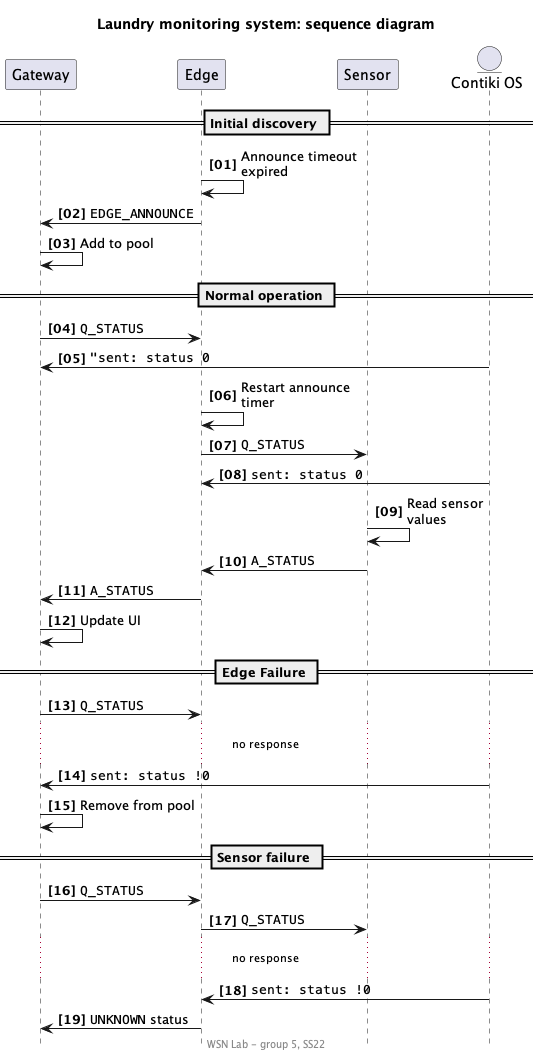
This is project/uml/out/sequence/seq.png from ivandkhn/laundry-monitoring, a PlantUML export, as it was before one commit.
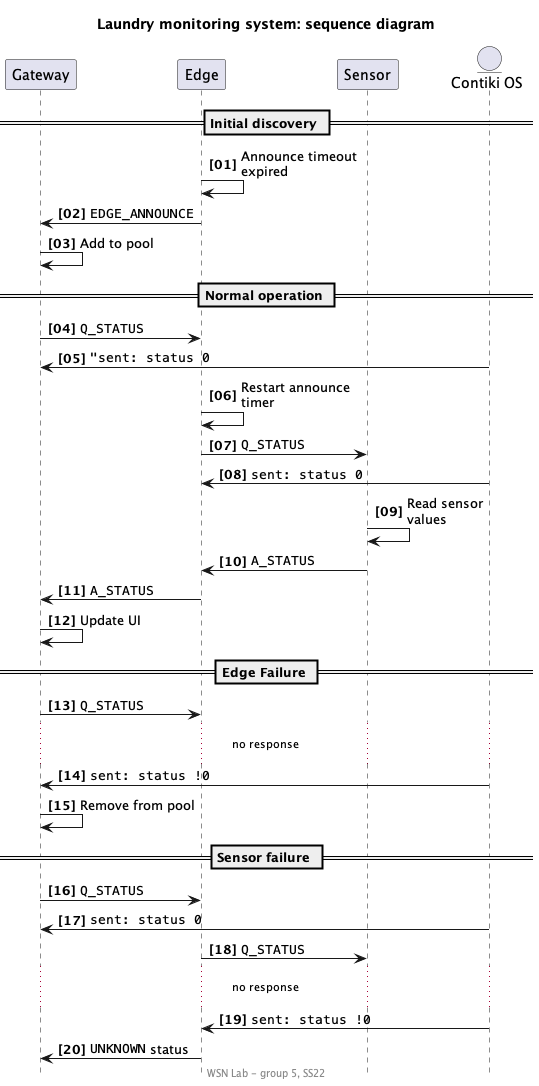
Above is the later version.

Commit message:
Add step for issuing ack to gateway

What changed in the source:
```diff
@@ -37,6 +37,7 @@
 
 == Sensor failure ==
 g -> e: ""Q_STATUS""
+g <- c: ""sent: status 0""
 e -> s: ""Q_STATUS""
 ... no response ...
 e <- c: ""sent: status !0""
```
